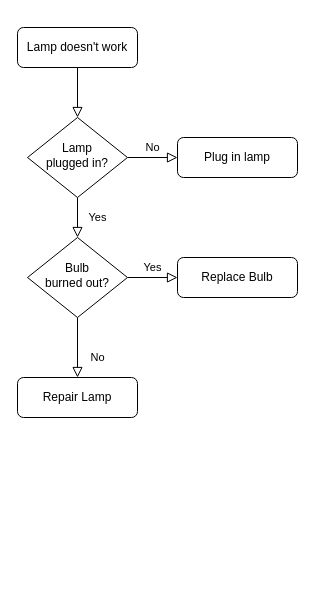
Earlier version of the draw.io diagram Untitled Diagram.drawio (ElyssaR-03/encryption-chat-messenger). Source tidied: cells renumbered, new cells numbered last; positions are measured from the earlier drawing's top-left corner, leaving out a move shared by most shapes. Both pictures are drawn from the tidied source at 100%, with x=0, y=0 at pixel (17, 27).
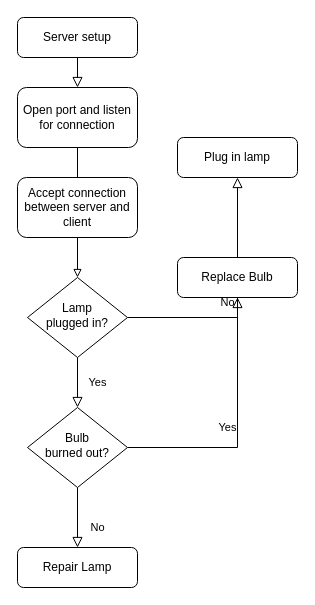
Above is the later version.

Diff of the diagram source:
```diff
@@
 <mxGraphModel>
   <root>
     <mxCell id="0" />
     <mxCell id="1" parent="0" />
-    <mxCell id="2" style="rounded=0;html=1;jettySize=auto;fontSize=11;endArrow=block;endFill=0;endSize=8;strokeWidth=1;shadow=0;labelBackgroundColor=none;edgeStyle=orthogonalEdgeStyle;" parent="1" edge="1" source="3" target="6">
+    <mxCell id="2" style="rounded=0;html=1;jettySize=auto;fontSize=11;endArrow=block;endFill=0;strokeWidth=1;shadow=0;labelBackgroundColor=none;edgeStyle=orthogonalEdgeStyle;" parent="1" edge="1" source="14" target="6">
       <mxGeometry relative="1" as="geometry" />
     </mxCell>
-    <mxCell id="3" value="Lamp doesn't work" style="rounded=1;whiteSpace=wrap;html=1;fontSize=12;glass=0;strokeWidth=1;shadow=0;" parent="1" vertex="1">
-      <mxGeometry width="120" height="40" as="geometry" />
+    <mxCell id="3" value="Server setup" style="rounded=1;whiteSpace=wrap;html=1;fontSize=12;glass=0;strokeWidth=1;shadow=0;" parent="1" vertex="1">
+      <mxGeometry y="-10" width="120" height="40" as="geometry" />
     </mxCell>
     <mxCell id="4" value="Yes" style="rounded=0;html=1;jettySize=auto;fontSize=11;endArrow=block;endFill=0;endSize=8;strokeWidth=1;shadow=0;labelBackgroundColor=none;edgeStyle=orthogonalEdgeStyle;" parent="1" edge="1" source="6" target="10">
       <mxGeometry y="20" relative="1" as="geometry" />
     </mxCell>
     <mxCell id="5" value="No" style="edgeStyle=orthogonalEdgeStyle;rounded=0;html=1;jettySize=auto;fontSize=11;endArrow=block;endFill=0;endSize=8;strokeWidth=1;shadow=0;labelBackgroundColor=none;" parent="1" edge="1" source="6" target="7">
       <mxGeometry y="10" relative="1" as="geometry" />
     </mxCell>
     <mxCell id="6" value="Lamp&lt;br&gt;plugged in?" style="rhombus;whiteSpace=wrap;html=1;shadow=0;fontFamily=Helvetica;fontSize=12;align=center;strokeWidth=1;spacing=6;spacingTop=-4;" parent="1" vertex="1">
-      <mxGeometry x="10" y="90" width="100" height="80" as="geometry" />
+      <mxGeometry x="10" y="250" width="100" height="80" as="geometry" />
     </mxCell>
     <mxCell id="7" value="Plug in lamp" style="rounded=1;whiteSpace=wrap;html=1;fontSize=12;glass=0;strokeWidth=1;shadow=0;" parent="1" vertex="1">
       <mxGeometry x="160" y="110" width="120" height="40" as="geometry" />
     </mxCell>
     <mxCell id="8" value="No" style="rounded=0;html=1;jettySize=auto;fontSize=11;endArrow=block;endFill=0;endSize=8;strokeWidth=1;shadow=0;labelBackgroundColor=none;edgeStyle=orthogonalEdgeStyle;" parent="1" edge="1" source="10" target="11">
       <mxGeometry x="0.33" y="20" relative="1" as="geometry" />
     </mxCell>
     <mxCell id="9" value="Yes" style="edgeStyle=orthogonalEdgeStyle;rounded=0;html=1;jettySize=auto;fontSize=11;endArrow=block;endFill=0;endSize=8;strokeWidth=1;shadow=0;labelBackgroundColor=none;" parent="1" edge="1" source="10" target="12">
       <mxGeometry y="10" relative="1" as="geometry" />
     </mxCell>
     <mxCell id="10" value="Bulb&lt;br&gt;burned out?" style="rhombus;whiteSpace=wrap;html=1;shadow=0;fontFamily=Helvetica;fontSize=12;align=center;strokeWidth=1;spacing=6;spacingTop=-4;" parent="1" vertex="1">
-      <mxGeometry x="10" y="210" width="100" height="80" as="geometry" />
+      <mxGeometry x="10" y="380" width="100" height="80" as="geometry" />
     </mxCell>
     <mxCell id="11" value="Repair Lamp" style="rounded=1;whiteSpace=wrap;html=1;fontSize=12;glass=0;strokeWidth=1;shadow=0;" parent="1" vertex="1">
-      <mxGeometry y="350" width="120" height="40" as="geometry" />
+      <mxGeometry y="520" width="120" height="40" as="geometry" />
     </mxCell>
     <mxCell id="12" value="Replace Bulb" style="rounded=1;whiteSpace=wrap;html=1;fontSize=12;glass=0;strokeWidth=1;shadow=0;" parent="1" vertex="1">
       <mxGeometry x="160" y="230" width="120" height="40" as="geometry" />
     </mxCell>
+    <mxCell id="13" style="rounded=0;html=1;jettySize=auto;fontSize=11;endArrow=block;endFill=0;endSize=8;strokeWidth=1;shadow=0;labelBackgroundColor=none;edgeStyle=orthogonalEdgeStyle;" parent="1" edge="1" source="3" target="14">
+      <mxGeometry relative="1" as="geometry" />
+    </mxCell>
+    <mxCell id="14" value="Open port and listen for connection" style="rounded=1;whiteSpace=wrap;html=1;" parent="1" vertex="1">
+      <mxGeometry y="60" width="120" height="60" as="geometry" />
+    </mxCell>
+    <mxCell id="15" value="Accept connection between server and client" style="rounded=1;whiteSpace=wrap;html=1;" parent="1" vertex="1">
+      <mxGeometry y="150" width="120" height="60" as="geometry" />
+    </mxCell>
   </root>
 </mxGraphModel>
```
